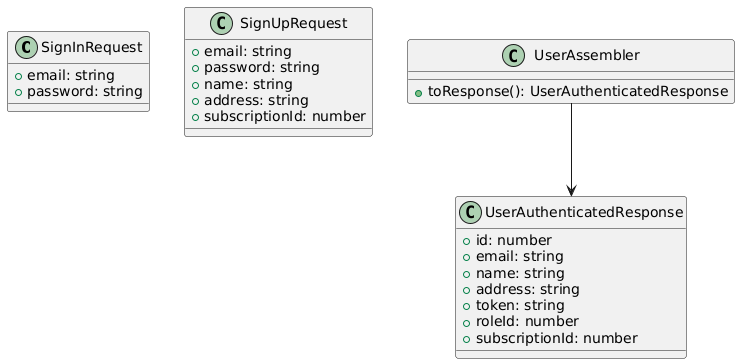
Earlier version of the PlantUML export assets/class-diagrams/iamWeb.png (wemade-IoT/Documents_Repository). The source it was exported from:
```plantuml
@startuml
class SignInRequest {
  +email: string
  +password: string
}

class SignUpRequest {
  +email: string
  +password: string
  +name: string
  +address: string
  +subscriptionId: number
}

class UserAuthenticatedResponse {
  +id: number
  +email: string
  +name: string
  +address: string
  +token: string
  +roleId: number
  +subscriptionId: number
}

class UserAssembler {
  +toResponse(): UserAuthenticatedResponse
}

UserAssembler -->  UserAuthenticatedResponse
@enduml
```
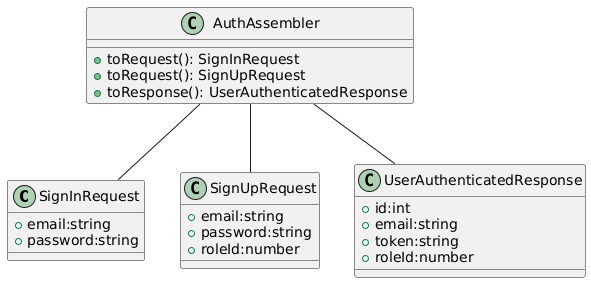
The same diagram one commit later.

Change to the diagram source:
```diff
@@ -1,30 +1,30 @@
 @startuml
 class SignInRequest {
-  +email: string
-  +password: string
+  +email:string
+  +password:string
 }
 
+
 class SignUpRequest {
-  +email: string
-  +password: string
-  +name: string
-  +address: string
-  +subscriptionId: number
+  +email:string
+  +password:string
+  +roleId:number
 }
 
-class UserAuthenticatedResponse {
-  +id: number
-  +email: string
-  +name: string
-  +address: string
-  +token: string
-  +roleId: number
-  +subscriptionId: number
+class UserAuthenticatedResponse{
+  +id:int
+  +email:string
+  +token:string
+  +roleId:number
 }
 
-class UserAssembler {
+class AuthAssembler{
+  +toRequest(): SignInRequest
+  +toRequest(): SignUpRequest
   +toResponse(): UserAuthenticatedResponse
 }
 
-UserAssembler -->  UserAuthenticatedResponse
+AuthAssembler -- SignUpRequest
+AuthAssembler -- SignInRequest
+AuthAssembler -- UserAuthenticatedResponse
 @enduml
```
